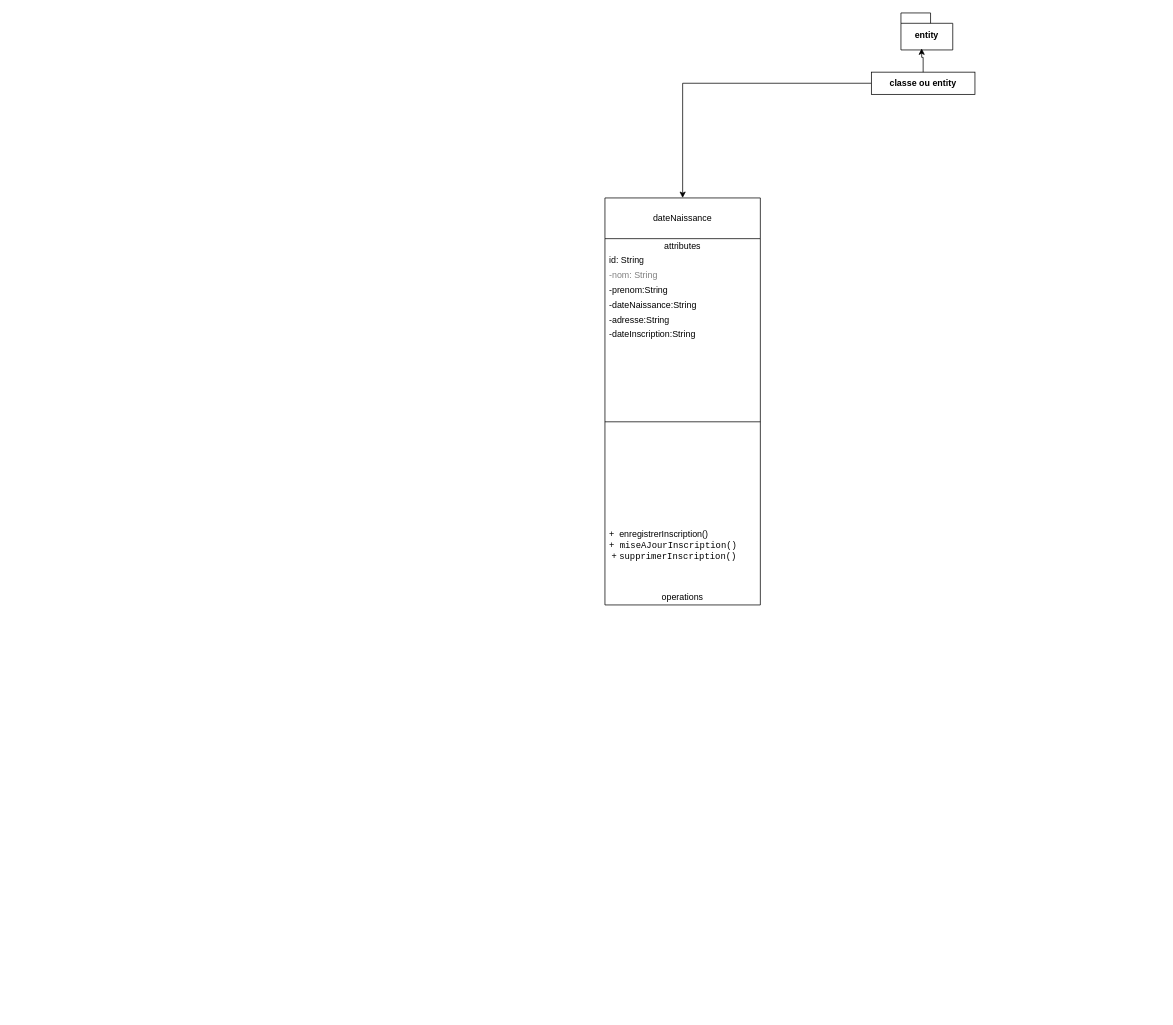
Before: page "class diagram" (2 of 3) of liveedu_uml.drawio in arseneRuben/spring_liveedu, a draw.io diagram. Source tidied: cells renumbered, new cells numbered last; positions are measured from the earlier drawing's top-left corner, leaving out a move shared by most shapes. Both pictures are drawn from the tidied source at 74%, with x=0, y=0 at pixel (605, 13).
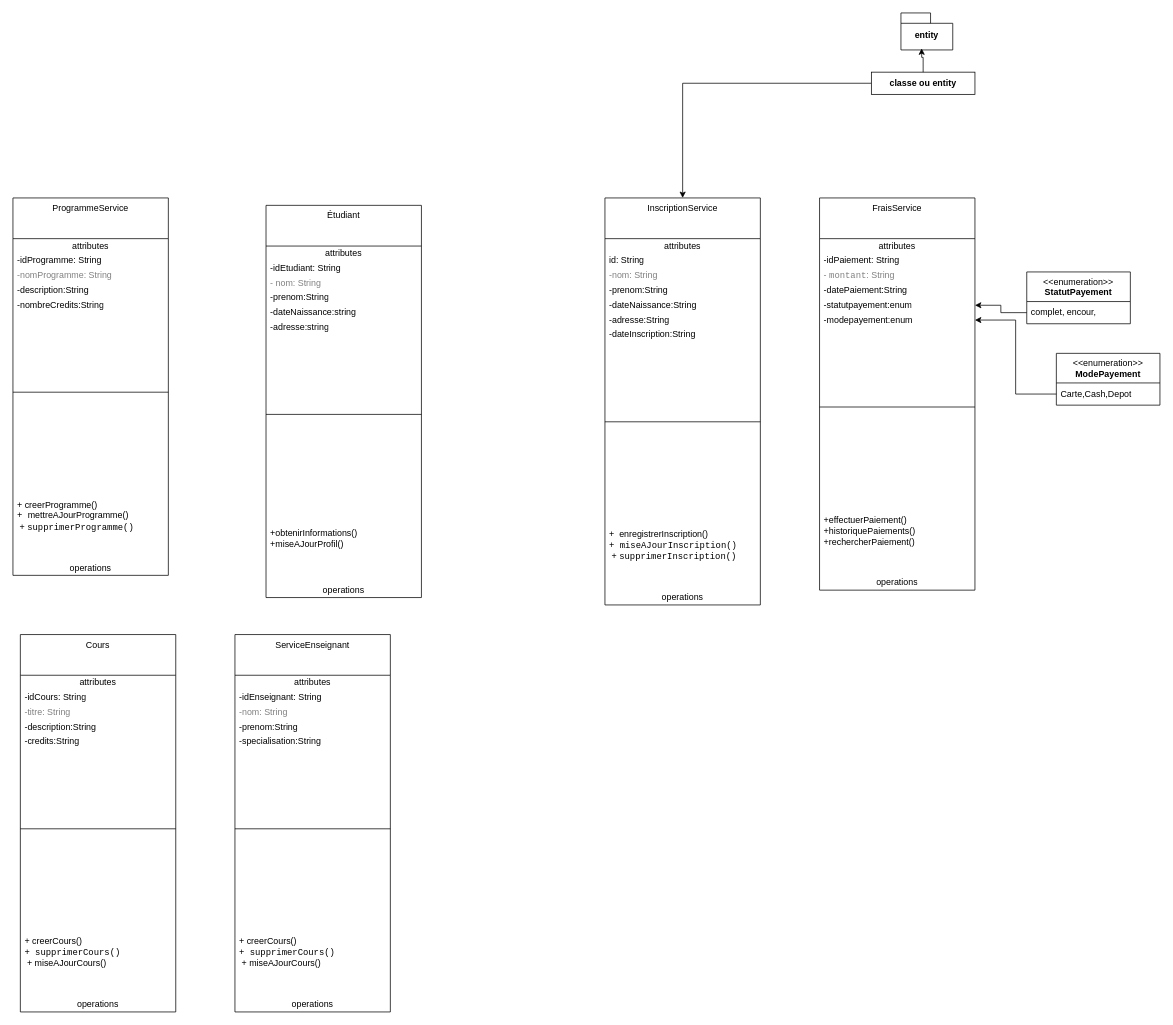
Above is the later version.

What changed in the source:
```diff
@@
-    <mxCell id="2" value="&#10;dateNaissance&#10;&#10;" style="swimlane;fontStyle=0;align=center;verticalAlign=top;horizontal=1;startSize=55;html=1;whiteSpace=wrap;" parent="1" vertex="1">
+    <mxCell id="2" value="InscriptionService" style="swimlane;fontStyle=0;align=center;verticalAlign=top;horizontal=1;startSize=55;html=1;whiteSpace=wrap;" parent="1" vertex="1">
       <mxGeometry y="250" width="210" height="550" as="geometry" />
     </mxCell>
@@
+    <mxCell id="17" value="FraisService" style="swimlane;fontStyle=0;align=center;verticalAlign=top;horizontal=1;startSize=55;html=1;whiteSpace=wrap;" parent="1" vertex="1">
+      <mxGeometry x="290" y="250" width="210" height="530" as="geometry" />
+    </mxCell>
+    <mxCell id="18" value="attributes" style="text;html=1;strokeColor=none;fillColor=none;align=center;verticalAlign=middle;spacingLeft=4;spacingRight=4;overflow=hidden;whiteSpace=wrap;" parent="17" vertex="1">
+      <mxGeometry y="55" width="210" height="20" as="geometry" />
+    </mxCell>
+    <mxCell id="19" value="-idPaiement: String" style="text;html=1;strokeColor=none;fillColor=none;align=left;verticalAlign=middle;spacingLeft=4;spacingRight=4;overflow=hidden;whiteSpace=wrap;" parent="17" vertex="1">
+      <mxGeometry y="75" width="210" height="20" as="geometry" />
+    </mxCell>
+    <mxCell id="20" value="- &lt;code&gt;montant&lt;/code&gt;: String" style="text;html=1;strokeColor=none;fillColor=none;align=left;verticalAlign=middle;spacingLeft=4;spacingRight=4;overflow=hidden;fontColor=#808080;whiteSpace=wrap;" parent="17" vertex="1">
+      <mxGeometry y="95" width="210" height="20" as="geometry" />
+    </mxCell>
+    <mxCell id="21" value="-datePaiement:String" style="text;html=1;strokeColor=none;fillColor=none;align=left;verticalAlign=middle;spacingLeft=4;spacingRight=4;overflow=hidden;whiteSpace=wrap;" parent="17" vertex="1">
+      <mxGeometry y="115" width="210" height="20" as="geometry" />
+    </mxCell>
+    <mxCell id="22" value="-statutpayement:enum" style="text;html=1;strokeColor=none;fillColor=none;align=left;verticalAlign=middle;spacingLeft=4;spacingRight=4;overflow=hidden;points=[[0,0.5],[1,0.5]];portConstraint=eastwest;whiteSpace=wrap;" parent="17" vertex="1">
+      <mxGeometry y="135" width="210" height="20" as="geometry" />
+    </mxCell>
+    <mxCell id="23" value="-modepayement:enum" style="text;html=1;strokeColor=none;fillColor=none;align=left;verticalAlign=middle;spacingLeft=4;spacingRight=4;overflow=hidden;points=[[0,0.5],[1,0.5]];portConstraint=eastwest;whiteSpace=wrap;" parent="17" vertex="1">
+      <mxGeometry y="155" width="210" height="20" as="geometry" />
+    </mxCell>
+    <mxCell id="24" style="line;strokeWidth=1;fillColor=none;align=left;verticalAlign=middle;spacingTop=-1;spacingLeft=3;spacingRight=3;labelPosition=right;" parent="17" vertex="1">
+      <mxGeometry y="175" width="210" height="215" as="geometry" />
+    </mxCell>
+    <mxCell id="25" value="+effectuerPaiement()&lt;div&gt;&lt;span style=&quot;background-color: initial;&quot;&gt;+historiquePaiements()&lt;/span&gt;&lt;div&gt;&lt;span style=&quot;background-color: initial;&quot;&gt;+&lt;/span&gt;&lt;span style=&quot;background-color: initial;&quot;&gt;rechercherPaiement()&lt;/span&gt;&lt;br&gt;&lt;/div&gt;&lt;/div&gt;" style="text;html=1;strokeColor=none;fillColor=none;align=left;verticalAlign=middle;spacingLeft=4;spacingRight=4;overflow=hidden;whiteSpace=wrap;" parent="17" vertex="1">
+      <mxGeometry y="390" width="210" height="120" as="geometry" />
+    </mxCell>
+    <mxCell id="26" value="operations" style="text;html=1;strokeColor=none;fillColor=none;align=center;verticalAlign=middle;spacingLeft=4;spacingRight=4;overflow=hidden;whiteSpace=wrap;" parent="17" vertex="1">
+      <mxGeometry y="510" width="210" height="20" as="geometry" />
+    </mxCell>
+    <mxCell id="27" value="&amp;lt;&amp;lt;enumeration&amp;gt;&amp;gt;&lt;br&gt;&lt;b&gt;StatutPayement&lt;/b&gt;" style="swimlane;fontStyle=0;align=center;verticalAlign=top;horizontal=1;startSize=40;html=1;whiteSpace=wrap;" parent="1" vertex="1">
+      <mxGeometry x="570" y="350" width="140" height="70" as="geometry" />
+    </mxCell>
+    <mxCell id="28" value="complet, encour," style="text;html=1;strokeColor=none;fillColor=none;align=left;verticalAlign=middle;spacingLeft=4;spacingRight=4;overflow=hidden;points=[[0,0.5],[1,0.5]];portConstraint=eastwest;whiteSpace=wrap;" parent="27" vertex="1">
+      <mxGeometry y="40" width="140" height="30" as="geometry" />
+    </mxCell>
+    <mxCell id="29" style="edgeStyle=orthogonalEdgeStyle;rounded=0;jettySize=auto;html=1;" parent="1" edge="1" source="28" target="22">
+      <mxGeometry relative="1" as="geometry" />
+    </mxCell>
+    <mxCell id="30" value="&amp;lt;&amp;lt;enumeration&amp;gt;&amp;gt;&lt;br&gt;&lt;b&gt;ModePayement&lt;/b&gt;" style="swimlane;fontStyle=0;align=center;verticalAlign=top;horizontal=1;startSize=40;html=1;whiteSpace=wrap;" parent="1" vertex="1">
+      <mxGeometry x="610" y="460" width="140" height="70" as="geometry" />
+    </mxCell>
+    <mxCell id="31" value="Carte,Cash,Depot" style="text;html=1;strokeColor=none;fillColor=none;align=left;verticalAlign=middle;spacingLeft=4;spacingRight=4;overflow=hidden;points=[[0,0.5],[1,0.5]];portConstraint=eastwest;whiteSpace=wrap;" parent="30" vertex="1">
+      <mxGeometry y="40" width="140" height="30" as="geometry" />
+    </mxCell>
+    <mxCell id="32" style="edgeStyle=orthogonalEdgeStyle;rounded=0;jettySize=auto;html=1;entryX=1;entryY=0.5;entryDx=0;entryDy=0;" parent="1" edge="1" source="31" target="23">
+      <mxGeometry relative="1" as="geometry" />
+    </mxCell>
+    <mxCell id="33" value="Étudiant" style="swimlane;fontStyle=0;align=center;verticalAlign=top;horizontal=1;startSize=55;html=1;whiteSpace=wrap;" parent="1" vertex="1">
+      <mxGeometry x="-458" y="260" width="210" height="530" as="geometry" />
+    </mxCell>
+    <mxCell id="34" value="attributes" style="text;html=1;strokeColor=none;fillColor=none;align=center;verticalAlign=middle;spacingLeft=4;spacingRight=4;overflow=hidden;whiteSpace=wrap;" parent="33" vertex="1">
+      <mxGeometry y="55" width="210" height="20" as="geometry" />
+    </mxCell>
+    <mxCell id="35" value="-idEtudiant: String" style="text;html=1;strokeColor=none;fillColor=none;align=left;verticalAlign=middle;spacingLeft=4;spacingRight=4;overflow=hidden;whiteSpace=wrap;" parent="33" vertex="1">
+      <mxGeometry y="75" width="210" height="20" as="geometry" />
+    </mxCell>
+    <mxCell id="36" value="- nom: String" style="text;html=1;strokeColor=none;fillColor=none;align=left;verticalAlign=middle;spacingLeft=4;spacingRight=4;overflow=hidden;fontColor=#808080;whiteSpace=wrap;" parent="33" vertex="1">
+      <mxGeometry y="95" width="210" height="20" as="geometry" />
+    </mxCell>
+    <mxCell id="37" value="-prenom:String" style="text;html=1;strokeColor=none;fillColor=none;align=left;verticalAlign=middle;spacingLeft=4;spacingRight=4;overflow=hidden;whiteSpace=wrap;" parent="33" vertex="1">
+      <mxGeometry y="115" width="210" height="20" as="geometry" />
+    </mxCell>
+    <mxCell id="38" value="-dateNaissance:string" style="text;html=1;strokeColor=none;fillColor=none;align=left;verticalAlign=middle;spacingLeft=4;spacingRight=4;overflow=hidden;whiteSpace=wrap;" parent="33" vertex="1">
+      <mxGeometry y="135" width="210" height="20" as="geometry" />
+    </mxCell>
+    <mxCell id="39" value="-adresse:string" style="text;html=1;strokeColor=none;fillColor=none;align=left;verticalAlign=middle;spacingLeft=4;spacingRight=4;overflow=hidden;whiteSpace=wrap;" parent="33" vertex="1">
+      <mxGeometry y="155" width="210" height="20" as="geometry" />
+    </mxCell>
+    <mxCell id="40" style="line;strokeWidth=1;fillColor=none;align=left;verticalAlign=middle;spacingTop=-1;spacingLeft=3;spacingRight=3;labelPosition=right;" parent="33" vertex="1">
+      <mxGeometry y="175" width="210" height="215" as="geometry" />
+    </mxCell>
+    <mxCell id="41" value="&lt;div&gt;&lt;div&gt;+obtenirInformations()&lt;/div&gt;&lt;/div&gt;&lt;div&gt;+miseAJourProfil()&lt;/div&gt;" style="text;html=1;strokeColor=none;fillColor=none;align=left;verticalAlign=middle;spacingLeft=4;spacingRight=4;overflow=hidden;whiteSpace=wrap;" parent="33" vertex="1">
+      <mxGeometry y="390" width="210" height="120" as="geometry" />
+    </mxCell>
+    <mxCell id="42" value="operations" style="text;html=1;strokeColor=none;fillColor=none;align=center;verticalAlign=middle;spacingLeft=4;spacingRight=4;overflow=hidden;whiteSpace=wrap;" parent="33" vertex="1">
+      <mxGeometry y="510" width="210" height="20" as="geometry" />
+    </mxCell>
+    <mxCell id="43" value="ProgrammeService" style="swimlane;fontStyle=0;align=center;verticalAlign=top;horizontal=1;startSize=55;html=1;whiteSpace=wrap;" parent="1" vertex="1">
+      <mxGeometry x="-800" y="250" width="210" height="510" as="geometry" />
+    </mxCell>
+    <mxCell id="44" value="attributes" style="text;html=1;strokeColor=none;fillColor=none;align=center;verticalAlign=middle;spacingLeft=4;spacingRight=4;overflow=hidden;whiteSpace=wrap;" parent="43" vertex="1">
+      <mxGeometry y="55" width="210" height="20" as="geometry" />
+    </mxCell>
+    <mxCell id="45" value="-idProgramme: String" style="text;html=1;strokeColor=none;fillColor=none;align=left;verticalAlign=middle;spacingLeft=4;spacingRight=4;overflow=hidden;whiteSpace=wrap;" parent="43" vertex="1">
+      <mxGeometry y="75" width="210" height="20" as="geometry" />
+    </mxCell>
+    <mxCell id="46" value="-nomProgramme: String" style="text;html=1;strokeColor=none;fillColor=none;align=left;verticalAlign=middle;spacingLeft=4;spacingRight=4;overflow=hidden;fontColor=#808080;whiteSpace=wrap;" parent="43" vertex="1">
+      <mxGeometry y="95" width="210" height="20" as="geometry" />
+    </mxCell>
+    <mxCell id="47" value="-description:String" style="text;html=1;strokeColor=none;fillColor=none;align=left;verticalAlign=middle;spacingLeft=4;spacingRight=4;overflow=hidden;whiteSpace=wrap;" parent="43" vertex="1">
+      <mxGeometry y="115" width="210" height="20" as="geometry" />
+    </mxCell>
+    <mxCell id="48" value="-nombreCredits:String" style="text;html=1;strokeColor=none;fillColor=none;align=left;verticalAlign=middle;spacingLeft=4;spacingRight=4;overflow=hidden;whiteSpace=wrap;" parent="43" vertex="1">
+      <mxGeometry y="135" width="210" height="20" as="geometry" />
+    </mxCell>
+    <mxCell id="49" style="line;strokeWidth=1;fillColor=none;align=left;verticalAlign=middle;spacingTop=-1;spacingLeft=3;spacingRight=3;labelPosition=right;" parent="43" vertex="1">
+      <mxGeometry y="155" width="210" height="215" as="geometry" />
+    </mxCell>
+    <mxCell id="50" value="+&amp;nbsp;creerProgramme()&lt;div&gt;&lt;code style=&quot;background-color: initial;&quot;&gt;+&amp;nbsp;&lt;/code&gt;&lt;span style=&quot;background-color: initial;&quot;&gt;mettreAJourProgramme()&lt;/span&gt;&lt;/div&gt;&lt;div&gt;&lt;span style=&quot;background-color: initial;&quot;&gt;&amp;nbsp;+&amp;nbsp;&lt;/span&gt;&lt;code style=&quot;background-color: initial;&quot;&gt;supprimerProgramme()&lt;/code&gt;&lt;/div&gt;" style="text;html=1;strokeColor=none;fillColor=none;align=left;verticalAlign=middle;spacingLeft=4;spacingRight=4;overflow=hidden;whiteSpace=wrap;" parent="43" vertex="1">
+      <mxGeometry y="370" width="210" height="120" as="geometry" />
+    </mxCell>
+    <mxCell id="51" value="operations" style="text;html=1;strokeColor=none;fillColor=none;align=center;verticalAlign=middle;spacingLeft=4;spacingRight=4;overflow=hidden;whiteSpace=wrap;" parent="43" vertex="1">
+      <mxGeometry y="490" width="210" height="20" as="geometry" />
+    </mxCell>
+    <mxCell id="52" value="Cours" style="swimlane;fontStyle=0;align=center;verticalAlign=top;horizontal=1;startSize=55;html=1;whiteSpace=wrap;" parent="1" vertex="1">
+      <mxGeometry x="-790" y="840" width="210" height="510" as="geometry" />
+    </mxCell>
+    <mxCell id="53" value="attributes" style="text;html=1;strokeColor=none;fillColor=none;align=center;verticalAlign=middle;spacingLeft=4;spacingRight=4;overflow=hidden;whiteSpace=wrap;" parent="52" vertex="1">
+      <mxGeometry y="55" width="210" height="20" as="geometry" />
+    </mxCell>
+    <mxCell id="54" value="-idCours: String" style="text;html=1;strokeColor=none;fillColor=none;align=left;verticalAlign=middle;spacingLeft=4;spacingRight=4;overflow=hidden;whiteSpace=wrap;" parent="52" vertex="1">
+      <mxGeometry y="75" width="210" height="20" as="geometry" />
+    </mxCell>
+    <mxCell id="55" value="-titre: String" style="text;html=1;strokeColor=none;fillColor=none;align=left;verticalAlign=middle;spacingLeft=4;spacingRight=4;overflow=hidden;fontColor=#808080;whiteSpace=wrap;" parent="52" vertex="1">
+      <mxGeometry y="95" width="210" height="20" as="geometry" />
+    </mxCell>
+    <mxCell id="56" value="-description:String" style="text;html=1;strokeColor=none;fillColor=none;align=left;verticalAlign=middle;spacingLeft=4;spacingRight=4;overflow=hidden;whiteSpace=wrap;" parent="52" vertex="1">
+      <mxGeometry y="115" width="210" height="20" as="geometry" />
+    </mxCell>
+    <mxCell id="57" value="-credits:String" style="text;html=1;strokeColor=none;fillColor=none;align=left;verticalAlign=middle;spacingLeft=4;spacingRight=4;overflow=hidden;whiteSpace=wrap;" parent="52" vertex="1">
+      <mxGeometry y="135" width="210" height="20" as="geometry" />
+    </mxCell>
+    <mxCell id="58" style="line;strokeWidth=1;fillColor=none;align=left;verticalAlign=middle;spacingTop=-1;spacingLeft=3;spacingRight=3;labelPosition=right;" parent="52" vertex="1">
+      <mxGeometry y="155" width="210" height="215" as="geometry" />
+    </mxCell>
+    <mxCell id="59" value="+&amp;nbsp;creerCours()&lt;div&gt;&lt;code style=&quot;background-color: initial;&quot;&gt;+&amp;nbsp;supprimerCours()&lt;/code&gt;&lt;/div&gt;&lt;div&gt;&lt;span style=&quot;background-color: initial;&quot;&gt;&amp;nbsp;+&amp;nbsp;&lt;/span&gt;&lt;span style=&quot;background-color: initial;&quot;&gt;miseAJourCours()&lt;/span&gt;&lt;/div&gt;" style="text;html=1;strokeColor=none;fillColor=none;align=left;verticalAlign=middle;spacingLeft=4;spacingRight=4;overflow=hidden;whiteSpace=wrap;" parent="52" vertex="1">
+      <mxGeometry y="370" width="210" height="120" as="geometry" />
+    </mxCell>
+    <mxCell id="60" value="operations" style="text;html=1;strokeColor=none;fillColor=none;align=center;verticalAlign=middle;spacingLeft=4;spacingRight=4;overflow=hidden;whiteSpace=wrap;" parent="52" vertex="1">
+      <mxGeometry y="490" width="210" height="20" as="geometry" />
+    </mxCell>
+    <mxCell id="61" value="ServiceEnseignant" style="swimlane;fontStyle=0;align=center;verticalAlign=top;horizontal=1;startSize=55;html=1;whiteSpace=wrap;" parent="1" vertex="1">
+      <mxGeometry x="-500" y="840" width="210" height="510" as="geometry" />
+    </mxCell>
+    <mxCell id="62" value="attributes" style="text;html=1;strokeColor=none;fillColor=none;align=center;verticalAlign=middle;spacingLeft=4;spacingRight=4;overflow=hidden;whiteSpace=wrap;" parent="61" vertex="1">
+      <mxGeometry y="55" width="210" height="20" as="geometry" />
+    </mxCell>
+    <mxCell id="63" value="-idEnseignant: String" style="text;html=1;strokeColor=none;fillColor=none;align=left;verticalAlign=middle;spacingLeft=4;spacingRight=4;overflow=hidden;whiteSpace=wrap;" parent="61" vertex="1">
+      <mxGeometry y="75" width="210" height="20" as="geometry" />
+    </mxCell>
+    <mxCell id="64" value="-nom: String" style="text;html=1;strokeColor=none;fillColor=none;align=left;verticalAlign=middle;spacingLeft=4;spacingRight=4;overflow=hidden;fontColor=#808080;whiteSpace=wrap;" parent="61" vertex="1">
+      <mxGeometry y="95" width="210" height="20" as="geometry" />
+    </mxCell>
+    <mxCell id="65" value="-prenom:String" style="text;html=1;strokeColor=none;fillColor=none;align=left;verticalAlign=middle;spacingLeft=4;spacingRight=4;overflow=hidden;whiteSpace=wrap;" parent="61" vertex="1">
+      <mxGeometry y="115" width="210" height="20" as="geometry" />
+    </mxCell>
+    <mxCell id="66" value="-specialisation:String" style="text;html=1;strokeColor=none;fillColor=none;align=left;verticalAlign=middle;spacingLeft=4;spacingRight=4;overflow=hidden;whiteSpace=wrap;" parent="61" vertex="1">
+      <mxGeometry y="135" width="210" height="20" as="geometry" />
+    </mxCell>
+    <mxCell id="67" style="line;strokeWidth=1;fillColor=none;align=left;verticalAlign=middle;spacingTop=-1;spacingLeft=3;spacingRight=3;labelPosition=right;" parent="61" vertex="1">
+      <mxGeometry y="155" width="210" height="215" as="geometry" />
+    </mxCell>
+    <mxCell id="68" value="+&amp;nbsp;creerCours()&lt;div&gt;&lt;code style=&quot;background-color: initial;&quot;&gt;+&amp;nbsp;supprimerCours()&lt;/code&gt;&lt;/div&gt;&lt;div&gt;&lt;span style=&quot;background-color: initial;&quot;&gt;&amp;nbsp;+&amp;nbsp;&lt;/span&gt;&lt;span style=&quot;background-color: initial;&quot;&gt;miseAJourCours()&lt;/span&gt;&lt;/div&gt;" style="text;html=1;strokeColor=none;fillColor=none;align=left;verticalAlign=middle;spacingLeft=4;spacingRight=4;overflow=hidden;whiteSpace=wrap;" parent="61" vertex="1">
+      <mxGeometry y="370" width="210" height="120" as="geometry" />
+    </mxCell>
+    <mxCell id="69" value="operations" style="text;html=1;strokeColor=none;fillColor=none;align=center;verticalAlign=middle;spacingLeft=4;spacingRight=4;overflow=hidden;whiteSpace=wrap;" parent="61" vertex="1">
+      <mxGeometry y="490" width="210" height="20" as="geometry" />
+    </mxCell>
```
